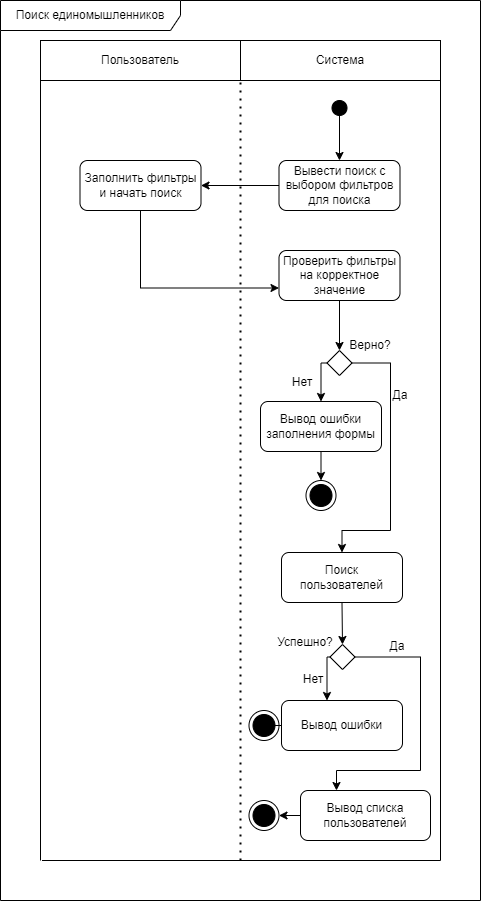
Above: docs/activity_diagrams/поиск_единомышленников.png in AS2/habrolink (draw.io), before the change. Source tidied: cells renumbered, new cells last; positions are measured from the earlier drawing's top-left corner, leaving out a move shared by most shapes.
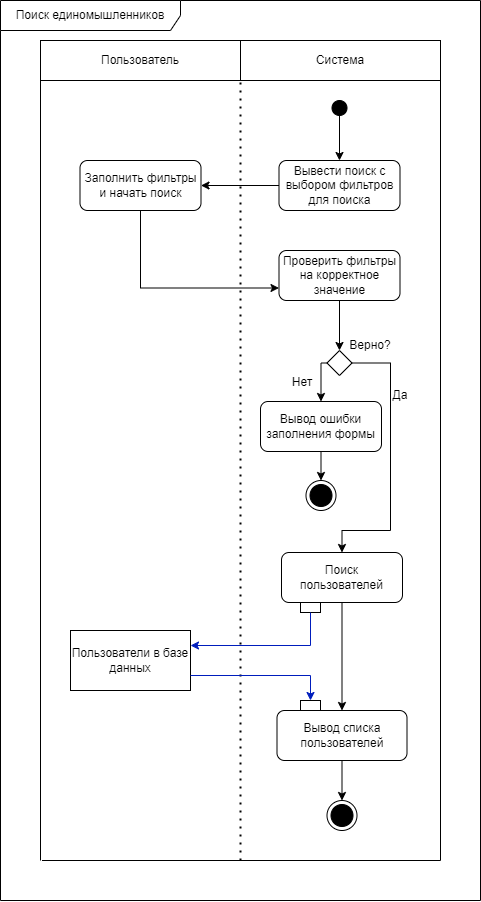
Later version of the same file.

The edit, as a diff of the source:
```diff
@@ -75,64 +75,23 @@
     <mxCell id="21" value="Поиск пользователей" style="text;html=1;strokeColor=default;fillColor=none;align=center;verticalAlign=middle;whiteSpace=wrap;rounded=1;" parent="1" vertex="1">
       <mxGeometry x="281" y="552" width="121" height="50" as="geometry" />
     </mxCell>
-    <mxCell id="22" style="endArrow=classic;html=1;rounded=0;exitX=0.5;exitY=1;exitDx=0;exitDy=0;entryX=0.5;entryY=0;entryDx=0;entryDy=0;" parent="1" edge="1" source="21" target="25">
+    <mxCell id="22" style="endArrow=classic;html=1;rounded=0;exitX=0.5;exitY=1;exitDx=0;exitDy=0;entryX=0.5;entryY=0;entryDx=0;entryDy=0;" parent="1" edge="1" source="21" target="35">
       <mxGeometry relative="1" as="geometry" />
     </mxCell>
-    <mxCell id="23" style="edgeStyle=orthogonalEdgeStyle;rounded=0;jettySize=auto;html=1;exitX=1;exitY=0.5;exitDx=0;exitDy=0;entryX=0.5;entryY=0;entryDx=0;entryDy=0;" parent="1" edge="1" source="25">
-      <mxGeometry relative="1" as="geometry">
-        <mxPoint x="336" y="790" as="targetPoint" />
-        <Array as="points">
-          <mxPoint x="420" y="657" />
-          <mxPoint x="420" y="770" />
-          <mxPoint x="336" y="770" />
-        </Array>
-      </mxGeometry>
-    </mxCell>
-    <mxCell id="24" style="edgeStyle=orthogonalEdgeStyle;rounded=0;jettySize=auto;html=1;exitX=0;exitY=0.5;exitDx=0;exitDy=0;entryX=0.5;entryY=0;entryDx=0;entryDy=0;" parent="1" edge="1" source="25">
-      <mxGeometry relative="1" as="geometry">
-        <mxPoint x="326.5" y="700" as="targetPoint" />
-        <Array as="points">
-          <mxPoint x="326" y="657" />
-        </Array>
-      </mxGeometry>
-    </mxCell>
-    <mxCell id="25" style="rhombus;whiteSpace=wrap;html=1;" parent="1" vertex="1">
-      <mxGeometry x="329.5" y="644" width="25" height="25" as="geometry" />
-    </mxCell>
-    <mxCell id="26" value="Успешно?" style="text;html=1;strokeColor=none;fillColor=none;align=center;verticalAlign=middle;whiteSpace=wrap;rounded=0;" parent="1" vertex="1">
-      <mxGeometry x="275" y="629" width="60" height="25" as="geometry" />
-    </mxCell>
     <mxCell id="27" style="edgeStyle=orthogonalEdgeStyle;rounded=0;jettySize=auto;html=1;exitX=0;exitY=0.5;exitDx=0;exitDy=0;entryX=0.5;entryY=0;entryDx=0;entryDy=0;" parent="1" edge="1" source="14" target="28">
       <mxGeometry relative="1" as="geometry" />
     </mxCell>
     <mxCell id="28" value="Вывод ошибки заполнения формы" style="text;html=1;strokeColor=default;fillColor=none;align=center;verticalAlign=middle;whiteSpace=wrap;rounded=1;" parent="1" vertex="1">
       <mxGeometry x="260" y="401" width="121" height="50" as="geometry" />
     </mxCell>
-    <mxCell id="29" value="Нет" style="text;html=1;strokeColor=none;fillColor=none;align=center;verticalAlign=middle;whiteSpace=wrap;rounded=0;" parent="1" vertex="1">
-      <mxGeometry x="283" y="664" width="60" height="30" as="geometry" />
-    </mxCell>
     <mxCell id="30" style="endArrow=none;html=1;rounded=0;entryX=0;entryY=1;entryDx=0;entryDy=0;" parent="1" edge="1">
       <mxGeometry relative="1" as="geometry">
         <mxPoint x="440" y="860" as="sourcePoint" />
         <mxPoint x="440" y="80" as="targetPoint" />
       </mxGeometry>
     </mxCell>
-    <mxCell id="31" value="Да" style="text;html=1;strokeColor=none;fillColor=none;align=center;verticalAlign=middle;whiteSpace=wrap;rounded=0;" parent="1" vertex="1">
-      <mxGeometry x="367" y="631" width="60" height="30" as="geometry" />
-    </mxCell>
-    <mxCell id="32" style="edgeStyle=orthogonalEdgeStyle;rounded=0;jettySize=auto;html=1;exitX=0;exitY=0.5;exitDx=0;exitDy=0;entryX=1;entryY=0.5;entryDx=0;entryDy=0;" parent="1" edge="1" source="33">
-      <mxGeometry relative="1" as="geometry">
-        <mxPoint x="259.5" y="725" as="targetPoint" />
-      </mxGeometry>
-    </mxCell>
-    <mxCell id="33" value="Вывод ошибки" style="text;html=1;strokeColor=default;fillColor=none;align=center;verticalAlign=middle;whiteSpace=wrap;rounded=1;" parent="1" vertex="1">
-      <mxGeometry x="281" y="700" width="121" height="50" as="geometry" />
-    </mxCell>
-    <mxCell id="34" style="ellipse;html=1;shape=endState;fillColor=strokeColor;" parent="1" vertex="1">
-      <mxGeometry x="248.5" y="710" width="30" height="30" as="geometry" />
-    </mxCell>
     <mxCell id="35" value="Вывод списка пользователей" style="text;html=1;strokeColor=default;fillColor=none;align=center;verticalAlign=middle;whiteSpace=wrap;rounded=1;" parent="1" vertex="1">
-      <mxGeometry x="300" y="790" width="130" height="50" as="geometry" />
+      <mxGeometry x="276.5" y="710" width="130" height="50" as="geometry" />
     </mxCell>
     <mxCell id="36" style="endArrow=none;html=1;rounded=0;" parent="1" edge="1">
       <mxGeometry relative="1" as="geometry">
@@ -141,15 +100,28 @@
       </mxGeometry>
     </mxCell>
     <mxCell id="37" style="ellipse;html=1;shape=endState;fillColor=strokeColor;" parent="1" vertex="1">
-      <mxGeometry x="248.5" y="800" width="30" height="30" as="geometry" />
+      <mxGeometry x="326.5" y="800" width="30" height="30" as="geometry" />
     </mxCell>
-    <mxCell id="38" style="edgeStyle=orthogonalEdgeStyle;rounded=0;jettySize=auto;html=1;entryX=1;entryY=0.5;entryDx=0;entryDy=0;" parent="1" edge="1" target="37">
-      <mxGeometry relative="1" as="geometry">
-        <mxPoint x="300" y="815" as="sourcePoint" />
-      </mxGeometry>
+    <mxCell id="38" style="edgeStyle=orthogonalEdgeStyle;rounded=0;jettySize=auto;html=1;entryX=0.5;entryY=0;entryDx=0;entryDy=0;exitX=0.5;exitY=1;exitDx=0;exitDy=0;" parent="1" edge="1" source="35" target="37">
+      <mxGeometry relative="1" as="geometry" />
     </mxCell>
     <mxCell id="39" value="Поиск единомышленников" style="shape=umlFrame;whiteSpace=wrap;html=1;width=180;height=30;" parent="1" vertex="1">
       <mxGeometry width="480" height="900" as="geometry" />
     </mxCell>
+    <mxCell id="40" value="Пользователи в базе данных" style="rounded=0;whiteSpace=wrap;html=1;" parent="1" vertex="1">
+      <mxGeometry x="70" y="630" width="120" height="60" as="geometry" />
+    </mxCell>
+    <mxCell id="41" style="rounded=0;whiteSpace=wrap;html=1;" parent="1" vertex="1">
+      <mxGeometry x="300" y="602" width="20" height="10" as="geometry" />
+    </mxCell>
+    <mxCell id="42" style="rounded=0;whiteSpace=wrap;html=1;" parent="1" vertex="1">
+      <mxGeometry x="300" y="700" width="20" height="10" as="geometry" />
+    </mxCell>
+    <mxCell id="43" style="endArrow=classic;html=1;rounded=0;exitX=0.5;exitY=1;exitDx=0;exitDy=0;entryX=1;entryY=0.25;entryDx=0;entryDy=0;edgeStyle=orthogonalEdgeStyle;fillColor=#0050ef;strokeColor=#001DBC;" parent="1" edge="1" source="41" target="40">
+      <mxGeometry relative="1" as="geometry" />
+    </mxCell>
+    <mxCell id="44" style="endArrow=classic;html=1;rounded=0;exitX=1;exitY=0.75;exitDx=0;exitDy=0;entryX=0.5;entryY=0;entryDx=0;entryDy=0;edgeStyle=orthogonalEdgeStyle;fillColor=#0050ef;strokeColor=#001DBC;" parent="1" edge="1" source="40" target="42">
+      <mxGeometry relative="1" as="geometry" />
+    </mxCell>
   </root>
 </mxGraphModel>
```
